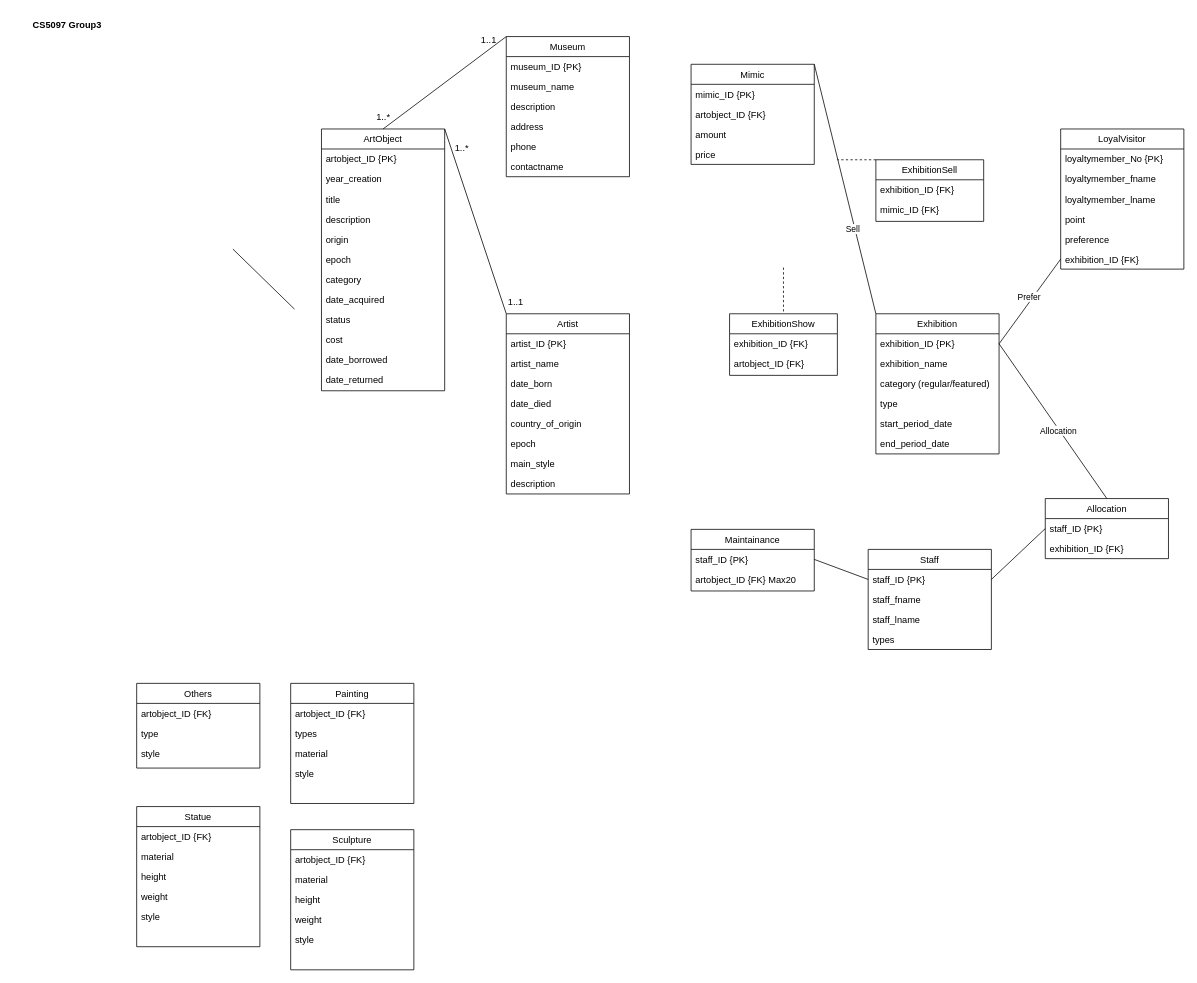
Before: GP-A2_Art-Museum_DB_logical-model.drawio in chanokchut/CS5097, a draw.io diagram. Source tidied: cells renumbered, new cells numbered last; positions are measured from the earlier drawing's top-left corner, leaving out a move shared by most shapes. Both pictures are drawn from the tidied source at 77%, with x=0, y=0 at pixel (13, 13).
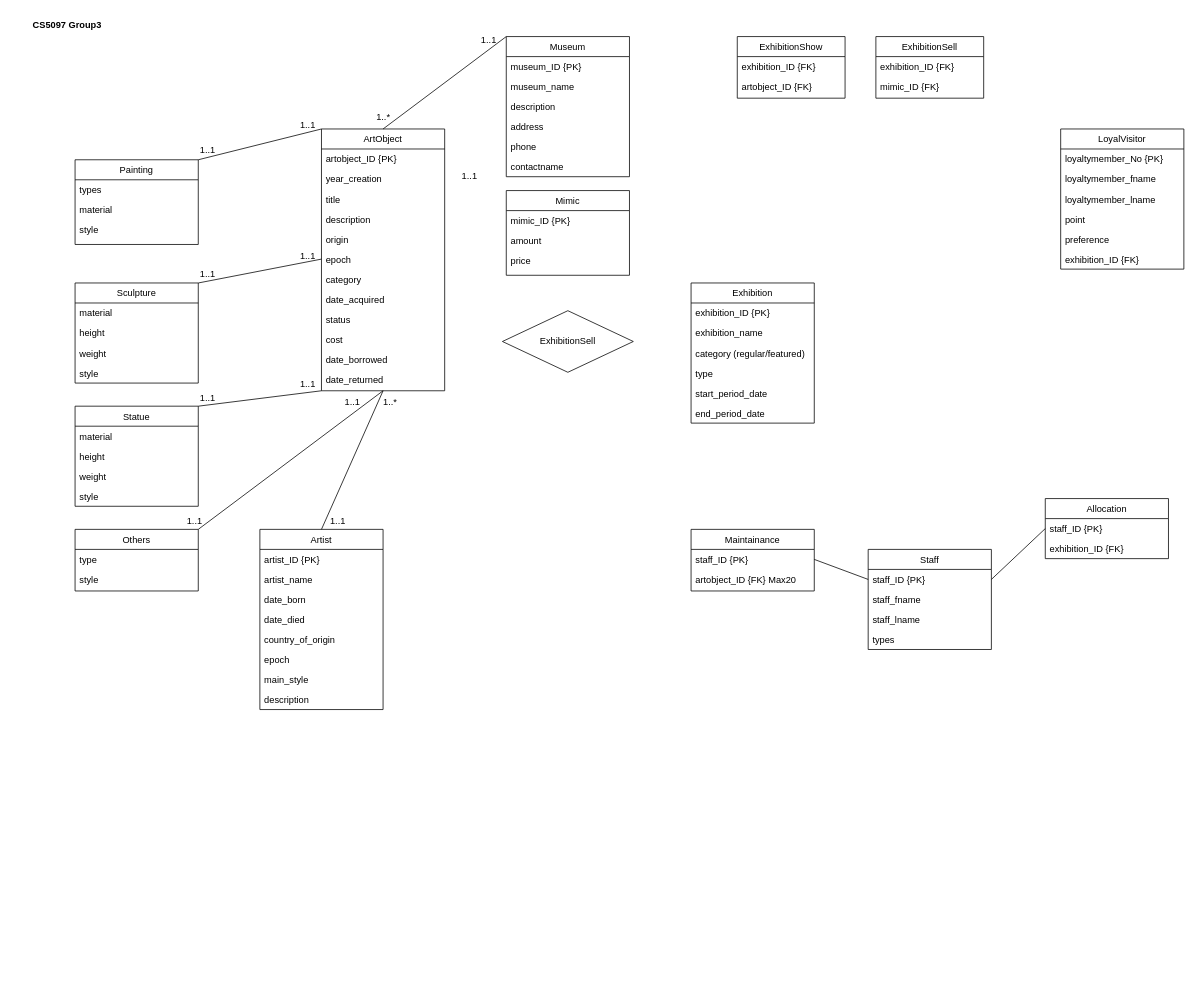
Above is the later version.

Unchanged cells that the change refers to:
```xml
<mxCell id="9" value="ArtObject" style="swimlane;fontStyle=0;align=center;verticalAlign=top;horizontal=1;startSize=26;rounded=0;shadow=0;strokeWidth=1;" parent="1" vertex="1">
  <mxGeometry x="400" y="150" width="160" height="340" as="geometry" />
</mxCell>
<mxCell id="15" value="epoch" style="text;align=left;verticalAlign=top;spacingLeft=4;spacingRight=4;overflow=hidden;points=[[0,0.5],[1,0.5]];portConstraint=eastwest;" parent="9" vertex="1">
  <mxGeometry y="156" width="160" height="26" as="geometry" />
</mxCell>
<mxCell id="53" value="exhibition_ID {PK}" style="text;align=left;verticalAlign=top;spacingLeft=4;spacingRight=4;overflow=hidden;points=[[0,0.5],[1,0.5]];portConstraint=eastwest;" parent="52" vertex="1">
  <mxGeometry y="26" width="160" height="26" as="geometry" />
</mxCell>
<mxCell id="70" value="exhibition_ID {FK}" style="text;align=left;verticalAlign=top;spacingLeft=4;spacingRight=4;overflow=hidden;points=[[0,0.5],[1,0.5]];portConstraint=eastwest;" parent="64" vertex="1">
  <mxGeometry y="156" width="160" height="26" as="geometry" />
</mxCell>
<mxCell id="79" value="Allocation" style="swimlane;fontStyle=0;align=center;verticalAlign=top;horizontal=1;startSize=26;rounded=0;shadow=0;strokeWidth=1;" parent="1" vertex="1">
  <mxGeometry x="1340" y="630" width="160" height="78" as="geometry" />
</mxCell>
```

Change to the diagram source:
```diff
@@
     <mxCell id="22" value="Artist" style="swimlane;fontStyle=0;align=center;verticalAlign=top;horizontal=1;startSize=26;rounded=0;shadow=0;strokeWidth=1;" parent="1" vertex="1">
-      <mxGeometry x="640" y="390" width="160" height="234" as="geometry" />
+      <mxGeometry x="320" y="670" width="160" height="234" as="geometry" />
     </mxCell>
@@
     <mxCell id="31" value="Painting" style="swimlane;fontStyle=0;align=center;verticalAlign=top;horizontal=1;startSize=26;rounded=0;shadow=0;strokeWidth=1;" parent="1" vertex="1">
-      <mxGeometry x="360" y="870" width="160" height="156" as="geometry" />
+      <mxGeometry x="80" y="190" width="160" height="110" as="geometry" />
     </mxCell>
-    <mxCell id="32" value="artobject_ID {FK}" style="text;align=left;verticalAlign=top;spacingLeft=4;spacingRight=4;overflow=hidden;" parent="31" vertex="1">
-      <mxGeometry y="26" width="160" height="26" as="geometry" />
-    </mxCell>
     <mxCell id="33" value="types" style="text;align=left;verticalAlign=top;spacingLeft=4;spacingRight=4;overflow=hidden;" parent="31" vertex="1">
-      <mxGeometry y="52" width="160" height="26" as="geometry" />
+      <mxGeometry y="26" width="160" height="26" as="geometry" />
     </mxCell>
     <mxCell id="34" value="material" style="text;align=left;verticalAlign=top;spacingLeft=4;spacingRight=4;overflow=hidden;" parent="31" vertex="1">
-      <mxGeometry y="78" width="160" height="26" as="geometry" />
+      <mxGeometry y="52" width="160" height="26" as="geometry" />
     </mxCell>
     <mxCell id="35" value="style" style="text;align=left;verticalAlign=top;spacingLeft=4;spacingRight=4;overflow=hidden;" parent="31" vertex="1">
-      <mxGeometry y="104" width="160" height="26" as="geometry" />
+      <mxGeometry y="78" width="160" height="26" as="geometry" />
     </mxCell>
     <mxCell id="36" value="Sculpture" style="swimlane;fontStyle=0;align=center;verticalAlign=top;horizontal=1;startSize=26;rounded=0;shadow=0;strokeWidth=1;" parent="1" vertex="1">
-      <mxGeometry x="360" y="1060" width="160" height="182" as="geometry" />
+      <mxGeometry x="80" y="350" width="160" height="130" as="geometry" />
     </mxCell>
-    <mxCell id="37" value="artobject_ID {FK}" style="text;align=left;verticalAlign=top;spacingLeft=4;spacingRight=4;overflow=hidden;" parent="36" vertex="1">
-      <mxGeometry y="26" width="160" height="26" as="geometry" />
-    </mxCell>
     <mxCell id="38" value="material" style="text;align=left;verticalAlign=top;spacingLeft=4;spacingRight=4;overflow=hidden;" parent="36" vertex="1">
-      <mxGeometry y="52" width="160" height="26" as="geometry" />
+      <mxGeometry y="26" width="160" height="26" as="geometry" />
     </mxCell>
     <mxCell id="39" value="height" style="text;align=left;verticalAlign=top;spacingLeft=4;spacingRight=4;overflow=hidden;" parent="36" vertex="1">
-      <mxGeometry y="78" width="160" height="26" as="geometry" />
+      <mxGeometry y="52" width="160" height="26" as="geometry" />
     </mxCell>
     <mxCell id="40" value="weight" style="text;align=left;verticalAlign=top;spacingLeft=4;spacingRight=4;overflow=hidden;" parent="36" vertex="1">
-      <mxGeometry y="104" width="160" height="26" as="geometry" />
+      <mxGeometry y="78" width="160" height="26" as="geometry" />
     </mxCell>
     <mxCell id="41" value="style" style="text;align=left;verticalAlign=top;spacingLeft=4;spacingRight=4;overflow=hidden;" parent="36" vertex="1">
-      <mxGeometry y="130" width="160" height="26" as="geometry" />
+      <mxGeometry y="104" width="160" height="26" as="geometry" />
     </mxCell>
     <mxCell id="42" value="Others" style="swimlane;fontStyle=0;align=center;verticalAlign=top;horizontal=1;startSize=26;rounded=0;shadow=0;strokeWidth=1;" parent="1" vertex="1">
-      <mxGeometry x="160" y="870" width="160" height="110" as="geometry" />
+      <mxGeometry x="80" y="670" width="160" height="80" as="geometry" />
     </mxCell>
-    <mxCell id="43" value="artobject_ID {FK}" style="text;align=left;verticalAlign=top;spacingLeft=4;spacingRight=4;overflow=hidden;" parent="42" vertex="1">
-      <mxGeometry y="26" width="160" height="26" as="geometry" />
-    </mxCell>
     <mxCell id="44" value="type" style="text;align=left;verticalAlign=top;spacingLeft=4;spacingRight=4;overflow=hidden;" parent="42" vertex="1">
-      <mxGeometry y="52" width="160" height="26" as="geometry" />
+      <mxGeometry y="26" width="160" height="26" as="geometry" />
     </mxCell>
     <mxCell id="45" value="style" style="text;align=left;verticalAlign=top;spacingLeft=4;spacingRight=4;overflow=hidden;" parent="42" vertex="1">
-      <mxGeometry y="78" width="160" height="26" as="geometry" />
+      <mxGeometry y="52" width="160" height="26" as="geometry" />
     </mxCell>
     <mxCell id="46" value="Statue" style="swimlane;fontStyle=0;align=center;verticalAlign=top;horizontal=1;startSize=26;rounded=0;shadow=0;strokeWidth=1;" parent="1" vertex="1">
-      <mxGeometry x="160" y="1030" width="160" height="182" as="geometry" />
+      <mxGeometry x="80" y="510" width="160" height="130" as="geometry" />
     </mxCell>
-    <mxCell id="47" value="artobject_ID {FK}" style="text;align=left;verticalAlign=top;spacingLeft=4;spacingRight=4;overflow=hidden;" parent="46" vertex="1">
-      <mxGeometry y="26" width="160" height="26" as="geometry" />
-    </mxCell>
     <mxCell id="48" value="material" style="text;align=left;verticalAlign=top;spacingLeft=4;spacingRight=4;overflow=hidden;" parent="46" vertex="1">
-      <mxGeometry y="52" width="160" height="26" as="geometry" />
+      <mxGeometry y="26" width="160" height="26" as="geometry" />
     </mxCell>
     <mxCell id="49" value="height" style="text;align=left;verticalAlign=top;spacingLeft=4;spacingRight=4;overflow=hidden;" parent="46" vertex="1">
-      <mxGeometry y="78" width="160" height="26" as="geometry" />
+      <mxGeometry y="52" width="160" height="26" as="geometry" />
     </mxCell>
     <mxCell id="50" value="weight" style="text;align=left;verticalAlign=top;spacingLeft=4;spacingRight=4;overflow=hidden;" parent="46" vertex="1">
-      <mxGeometry y="104" width="160" height="26" as="geometry" />
+      <mxGeometry y="78" width="160" height="26" as="geometry" />
     </mxCell>
     <mxCell id="51" value="style" style="text;align=left;verticalAlign=top;spacingLeft=4;spacingRight=4;overflow=hidden;" parent="46" vertex="1">
-      <mxGeometry y="130" width="160" height="26" as="geometry" />
+      <mxGeometry y="104" width="160" height="26" as="geometry" />
     </mxCell>
     <mxCell id="52" value="Exhibition" style="swimlane;fontStyle=0;align=center;verticalAlign=top;horizontal=1;startSize=26;rounded=0;shadow=0;strokeWidth=1;" parent="1" vertex="1">
-      <mxGeometry x="1120" y="390" width="160" height="182" as="geometry" />
+      <mxGeometry x="880" y="350" width="160" height="182" as="geometry" />
     </mxCell>
@@
     <mxCell id="59" value="Mimic" style="swimlane;fontStyle=0;align=center;verticalAlign=top;horizontal=1;startSize=26;rounded=0;shadow=0;strokeWidth=1;" parent="1" vertex="1">
-      <mxGeometry x="880" y="66" width="160" height="130" as="geometry" />
+      <mxGeometry x="640" y="230" width="160" height="110" as="geometry" />
     </mxCell>
@@
-    <mxCell id="61" value="artobject_ID {FK}" style="text;align=left;verticalAlign=top;spacingLeft=4;spacingRight=4;overflow=hidden;" parent="59" vertex="1">
-      <mxGeometry y="52" width="160" height="26" as="geometry" />
-    </mxCell>
     <mxCell id="62" value="amount" style="text;align=left;verticalAlign=top;spacingLeft=4;spacingRight=4;overflow=hidden;" parent="59" vertex="1">
-      <mxGeometry y="78" width="160" height="26" as="geometry" />
+      <mxGeometry y="52" width="160" height="26" as="geometry" />
     </mxCell>
     <mxCell id="63" value="price" style="text;align=left;verticalAlign=top;spacingLeft=4;spacingRight=4;overflow=hidden;" parent="59" vertex="1">
-      <mxGeometry y="104" width="160" height="26" as="geometry" />
+      <mxGeometry y="78" width="160" height="26" as="geometry" />
     </mxCell>
@@
-    <mxCell id="84" style="endArrow=none;html=1;rounded=0;entryX=0.5;entryY=0;entryDx=0;entryDy=0;exitX=1;exitY=0.5;exitDx=0;exitDy=0;" parent="1" edge="1" source="53" target="79">
-      <mxGeometry relative="1" as="geometry" />
-    </mxCell>
-    <mxCell id="85" value="Allocation" style="edgeLabel;html=1;align=center;verticalAlign=middle;" parent="84" vertex="1">
-      <mxGeometry x="0.09" relative="1" as="geometry">
-        <mxPoint y="3" as="offset" />
-      </mxGeometry>
-    </mxCell>
     <mxCell id="86" value="ExhibitionShow" style="swimlane;fontStyle=0;align=center;verticalAlign=top;horizontal=1;startSize=26;rounded=0;shadow=0;strokeWidth=1;" parent="1" vertex="1">
-      <mxGeometry x="930" y="390" width="140" height="80" as="geometry" />
+      <mxGeometry x="940" y="30" width="140" height="80" as="geometry" />
     </mxCell>
@@
-    <mxCell id="89" style="endArrow=none;dashed=1;html=1;rounded=0;entryX=0.5;entryY=0;entryDx=0;entryDy=0;" parent="1" edge="1" target="86">
-      <mxGeometry relative="1" as="geometry">
-        <mxPoint x="1000" y="330" as="sourcePoint" />
-      </mxGeometry>
-    </mxCell>
     <mxCell id="90" value="ExhibitionSell" style="swimlane;fontStyle=0;align=center;verticalAlign=top;horizontal=1;startSize=26;rounded=0;shadow=0;strokeWidth=1;" parent="1" vertex="1">
-      <mxGeometry x="1120" y="190" width="140" height="80" as="geometry" />
+      <mxGeometry x="1120" y="30" width="140" height="80" as="geometry" />
     </mxCell>
@@
-    <mxCell id="93" style="endArrow=none;html=1;rounded=0;exitX=0;exitY=0;exitDx=0;exitDy=0;entryX=1;entryY=0;entryDx=0;entryDy=0;" parent="1" edge="1" source="52" target="59">
-      <mxGeometry relative="1" as="geometry" />
-    </mxCell>
-    <mxCell id="94" value="Sell" style="edgeLabel;html=1;align=center;verticalAlign=middle;" parent="93" vertex="1">
-      <mxGeometry x="-0.4" y="-1" relative="1" as="geometry">
-        <mxPoint x="-7" y="-13" as="offset" />
-      </mxGeometry>
-    </mxCell>
-    <mxCell id="95" style="endArrow=none;dashed=1;html=1;rounded=0;exitX=0;exitY=0;exitDx=0;exitDy=0;" parent="1" edge="1" source="90">
-      <mxGeometry relative="1" as="geometry">
-        <mxPoint x="1070" y="190" as="targetPoint" />
-      </mxGeometry>
-    </mxCell>
-    <mxCell id="96" style="endArrow=none;html=1;rounded=0;entryX=0;entryY=0.5;entryDx=0;entryDy=0;exitX=1;exitY=0.5;exitDx=0;exitDy=0;" parent="1" edge="1" source="53" target="70">
-      <mxGeometry relative="1" as="geometry" />
-    </mxCell>
-    <mxCell id="97" value="Prefer" style="edgeLabel;html=1;align=center;verticalAlign=middle;" parent="96" vertex="1">
-      <mxGeometry x="0.07" y="5" relative="1" as="geometry" />
-    </mxCell>
@@
-    <mxCell id="99" style="endArrow=none;html=1;rounded=0;entryX=1;entryY=0;entryDx=0;entryDy=0;exitX=0;exitY=0;exitDx=0;exitDy=0;" parent="1" edge="1" source="22" target="9">
+    <mxCell id="99" style="endArrow=none;html=1;rounded=0;exitX=0.5;exitY=0;exitDx=0;exitDy=0;entryX=0.5;entryY=1;entryDx=0;entryDy=0;" parent="1" edge="1" source="22" target="9">
       <mxGeometry relative="1" as="geometry" />
     </mxCell>
     <mxCell id="100" value="1..1" style="text;html=1;align=center;verticalAlign=middle;whiteSpace=wrap;rounded=0;" parent="1" vertex="1">
-      <mxGeometry x="630" y="360" width="45" height="30" as="geometry" />
+      <mxGeometry x="399" y="645" width="45" height="30" as="geometry" />
     </mxCell>
     <mxCell id="101" value="1..*" style="text;html=1;align=center;verticalAlign=middle;whiteSpace=wrap;rounded=0;" parent="1" vertex="1">
-      <mxGeometry x="560" y="160" width="45" height="30" as="geometry" />
+      <mxGeometry x="467" y="490" width="45" height="30" as="geometry" />
     </mxCell>
-    <mxCell id="102" style="endArrow=none;html=1;rounded=0;entryX=1;entryY=0;entryDx=0;entryDy=0;exitX=0;exitY=0;exitDx=0;exitDy=0;" parent="1" edge="1">
-      <mxGeometry relative="1" as="geometry">
-        <mxPoint x="365" y="384" as="sourcePoint" />
-        <mxPoint x="285" y="306" as="targetPoint" />
-      </mxGeometry>
+    <mxCell id="102" style="endArrow=none;html=1;rounded=0;entryX=1;entryY=0;entryDx=0;entryDy=0;exitX=0;exitY=0;exitDx=0;exitDy=0;" parent="1" edge="1" source="9" target="31">
+      <mxGeometry relative="1" as="geometry" />
     </mxCell>
@@
+    <mxCell id="106" style="endArrow=none;html=1;rounded=0;entryX=1;entryY=0;entryDx=0;entryDy=0;exitX=0;exitY=0.5;exitDx=0;exitDy=0;" parent="1" edge="1" source="15" target="36">
+      <mxGeometry relative="1" as="geometry" />
+    </mxCell>
+    <mxCell id="107" style="endArrow=none;html=1;rounded=0;entryX=1;entryY=0;entryDx=0;entryDy=0;exitX=0;exitY=1;exitDx=0;exitDy=0;" parent="1" edge="1" source="9" target="46">
+      <mxGeometry relative="1" as="geometry" />
+    </mxCell>
+    <mxCell id="108" style="endArrow=none;html=1;rounded=0;entryX=1;entryY=0;entryDx=0;entryDy=0;exitX=0.5;exitY=1;exitDx=0;exitDy=0;" parent="1" edge="1" source="9" target="42">
+      <mxGeometry relative="1" as="geometry" />
+    </mxCell>
+    <mxCell id="109" value="1..1" style="text;html=1;align=center;verticalAlign=middle;whiteSpace=wrap;rounded=0;" parent="1" vertex="1">
+      <mxGeometry x="230" y="166" width="45" height="24" as="geometry" />
+    </mxCell>
+    <mxCell id="110" value="1..1" style="text;html=1;align=center;verticalAlign=middle;whiteSpace=wrap;rounded=0;" parent="1" vertex="1">
+      <mxGeometry x="230" y="324" width="45" height="30" as="geometry" />
+    </mxCell>
+    <mxCell id="111" value="1..1" style="text;html=1;align=center;verticalAlign=middle;whiteSpace=wrap;rounded=0;" parent="1" vertex="1">
+      <mxGeometry x="230" y="485" width="45" height="30" as="geometry" />
+    </mxCell>
+    <mxCell id="112" value="1..1" style="text;html=1;align=center;verticalAlign=middle;whiteSpace=wrap;rounded=0;" parent="1" vertex="1">
+      <mxGeometry x="570" y="196" width="45" height="30" as="geometry" />
+    </mxCell>
+    <mxCell id="113" value="1..1" style="text;html=1;align=center;verticalAlign=middle;whiteSpace=wrap;rounded=0;" parent="1" vertex="1">
+      <mxGeometry x="213" y="645" width="45" height="30" as="geometry" />
+    </mxCell>
+    <mxCell id="114" value="1..1" style="text;html=1;align=center;verticalAlign=middle;whiteSpace=wrap;rounded=0;" parent="1" vertex="1">
+      <mxGeometry x="360" y="130" width="45" height="30" as="geometry" />
+    </mxCell>
+    <mxCell id="115" value="1..1" style="text;html=1;align=center;verticalAlign=middle;whiteSpace=wrap;rounded=0;" parent="1" vertex="1">
+      <mxGeometry x="360" y="466" width="45" height="30" as="geometry" />
+    </mxCell>
+    <mxCell id="116" value="1..1" style="text;html=1;align=center;verticalAlign=middle;whiteSpace=wrap;rounded=0;" parent="1" vertex="1">
+      <mxGeometry x="360" y="300" width="45" height="30" as="geometry" />
+    </mxCell>
+    <mxCell id="117" value="1..1" style="text;html=1;align=center;verticalAlign=middle;whiteSpace=wrap;rounded=0;" parent="1" vertex="1">
+      <mxGeometry x="418" y="490" width="45" height="30" as="geometry" />
+    </mxCell>
+    <mxCell id="118" value="&lt;span style=&quot;text-wrap-mode: nowrap;&quot;&gt;ExhibitionSell&lt;/span&gt;" style="rhombus;whiteSpace=wrap;html=1;" parent="1" vertex="1">
+      <mxGeometry x="635" y="386" width="170" height="80" as="geometry" />
+    </mxCell>
```
